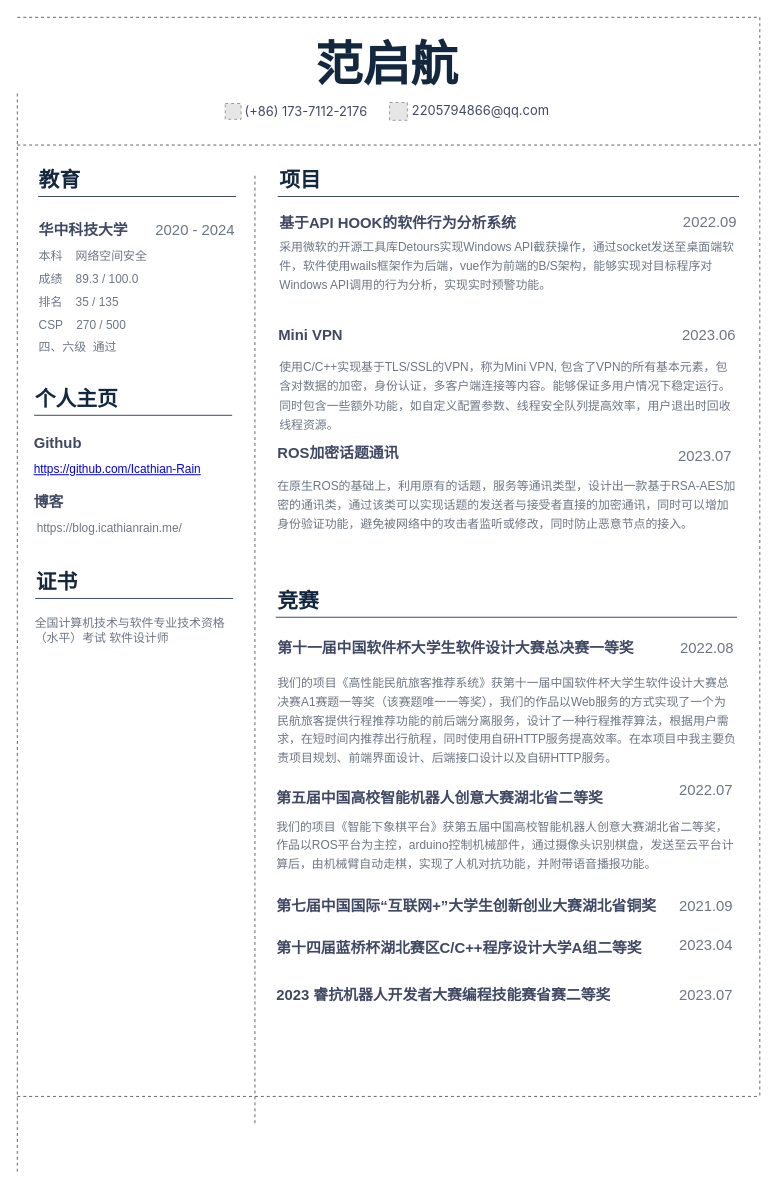
This is source/Middle.drawio from Icathian-Rain/CV, a draw.io file, before an edit. Source tidied: cells renumbered, new cells numbered last; positions are measured from the earlier drawing's top-left corner, leaving out a move shared by most shapes. Both pictures are drawn from the tidied source at 99%, with x=0, y=0 at pixel (17, 17). Pictures stored in the file or linked from it are replaced by grey dashed boxes.
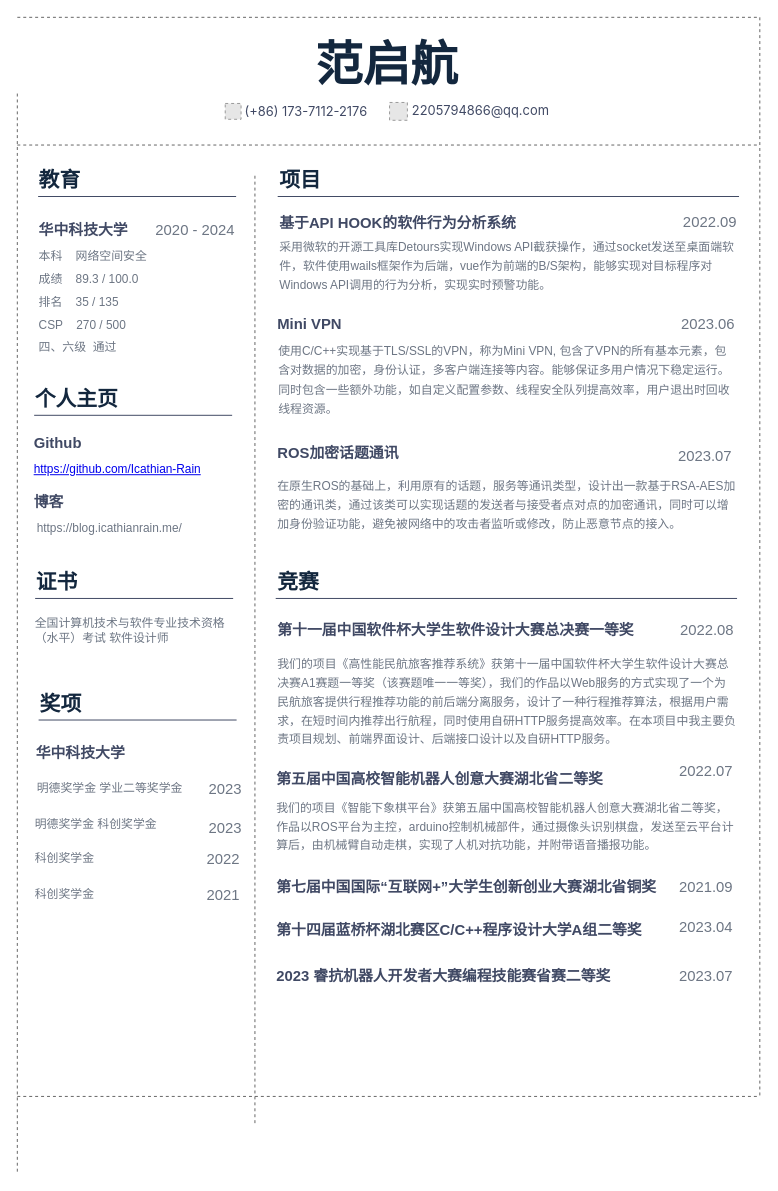
The same diagram, later.

The edit, as a diff of the source:
```diff
@@
     <mxCell id="28" value="竞赛" style="text;html=1;strokeColor=none;fillColor=none;align=left;verticalAlign=middle;whiteSpace=wrap;rounded=0;fontFamily=Source Han Sans;fontSize=21;fontColor=#13273E;fontStyle=1;" parent="1" vertex="1">
-      <mxGeometry x="261" y="574" width="50" height="30" as="geometry" />
+      <mxGeometry x="261" y="555" width="50" height="30" as="geometry" />
     </mxCell>
     <mxCell id="29" style="endArrow=none;html=1;rounded=0;fontFamily=宋体-简;fontSize=16;fontColor=#2B4259;strokeColor=#404964;" parent="1" edge="1">
       <mxGeometry relative="1" as="geometry">
-        <mxPoint x="261" y="606" as="sourcePoint" />
-        <mxPoint x="727" y="606" as="targetPoint" />
+        <mxPoint x="261" y="587" as="sourcePoint" />
+        <mxPoint x="727" y="587" as="targetPoint" />
       </mxGeometry>
     </mxCell>
@@
     <mxCell id="32" value="第十一届中国软件杯大学生软件设计大赛总决赛一等奖" style="text;html=1;strokeColor=none;fillColor=none;align=left;verticalAlign=middle;whiteSpace=wrap;rounded=0;fontSize=15;fontFamily=Source Han Sans;fontStyle=1;fontColor=#404964;" parent="1" vertex="1">
-      <mxGeometry x="261" y="627" width="416" height="20" as="geometry" />
+      <mxGeometry x="261" y="608" width="416" height="20" as="geometry" />
     </mxCell>
     <mxCell id="33" value="2022.08" style="text;html=1;strokeColor=none;fillColor=none;align=right;verticalAlign=middle;whiteSpace=wrap;rounded=0;fontFamily=Source Han Sans;fontSize=15;fontColor=#6D7684;fontStyle=0;" parent="1" vertex="1">
-      <mxGeometry x="600" y="630" width="126" height="14" as="geometry" />
+      <mxGeometry x="600" y="611" width="126" height="14" as="geometry" />
     </mxCell>
     <mxCell id="34" value="&lt;p style=&quot;line-height: 1.6;&quot;&gt;我们的项目《高性能民航旅客推荐系统》获第十一届中国软件杯大学生软件设计大赛总决赛A1赛题一等奖（该赛题唯一一等奖），我们的作品以Web服务的方式实现了一个为民航旅客提供行程推荐功能的前后端分离服务，设计了一种行程推荐算法，根据用户需求，在短时间内推荐出行航程，同时使用自研HTTP服务提高效率。在本项目中我主要负责项目规划、前端界面设计、后端接口设计以及自研HTTP服务。&lt;/p&gt;" style="text;html=1;strokeColor=none;fillColor=none;align=left;verticalAlign=middle;whiteSpace=wrap;rounded=0;fontFamily=Source Han Sans;fontSize=12;fontColor=#6D7684;fontStyle=0;" parent="1" vertex="1">
-      <mxGeometry x="261" y="654.8" width="466" height="112" as="geometry" />
+      <mxGeometry x="261" y="635.8" width="466" height="112" as="geometry" />
     </mxCell>
@@
     <mxCell id="38" value="Mini VPN" style="text;html=1;strokeColor=none;fillColor=none;align=left;verticalAlign=middle;whiteSpace=wrap;rounded=0;fontSize=15;fontFamily=Source Han Sans;fontStyle=1;fontColor=#404964;" parent="1" vertex="1">
-      <mxGeometry x="262" y="310" width="416" height="20" as="geometry" />
+      <mxGeometry x="260.5" y="299" width="416" height="20" as="geometry" />
     </mxCell>
     <mxCell id="39" value="2023.06" style="text;html=1;strokeColor=none;fillColor=none;align=right;verticalAlign=middle;whiteSpace=wrap;rounded=0;fontFamily=Source Han Sans;fontSize=15;fontColor=#6D7684;fontStyle=0;" parent="1" vertex="1">
-      <mxGeometry x="681" y="313" width="47" height="14" as="geometry" />
+      <mxGeometry x="679.5" y="302" width="47" height="14" as="geometry" />
     </mxCell>
     <mxCell id="40" value="&lt;p style=&quot;line-height: 1.6;&quot;&gt;使用C/C++实现基于TLS/SSL的VPN，称为Mini VPN, 包含了VPN的所有基本元素，包含对数据的加密，身份认证，多客户端连接等内容。能够保证多用户情况下稳定运行。同时包含一些额外功能，如自定义配置参数、线程安全队列提高效率，用户退出时回收线程资源。&lt;/p&gt;" style="text;html=1;strokeColor=none;fillColor=none;align=left;verticalAlign=middle;whiteSpace=wrap;rounded=0;fontFamily=Source Han Sans;fontSize=12;fontColor=#6D7684;fontStyle=0;" parent="1" vertex="1">
-      <mxGeometry x="263" y="345" width="466" height="75" as="geometry" />
+      <mxGeometry x="261.5" y="329" width="466" height="75" as="geometry" />
     </mxCell>
@@
-    <mxCell id="43" value="&lt;p style=&quot;line-height: 1.6;&quot;&gt;在原生ROS的基础上，利用原有的话题，服务等通讯类型，设计出一款基于RSA-AES加密的通讯类，通过该类可以实现话题的发送者与接受者直接的加密通讯，同时可以增加身份验证功能，避免被网络中的攻击者监听或修改，同时防止恶意节点的接入。&lt;/p&gt;" style="text;html=1;strokeColor=none;fillColor=none;align=left;verticalAlign=middle;whiteSpace=wrap;rounded=0;fontFamily=Source Han Sans;fontSize=12;fontColor=#6D7684;fontStyle=0;" parent="1" vertex="1">
+    <mxCell id="43" value="&lt;p style=&quot;line-height: 1.6;&quot;&gt;在原生ROS的基础上，利用原有的话题，服务等通讯类型，设计出一款基于RSA-AES加密的通讯类，通过该类可以实现话题的发送者与接受者点对点的加密通讯，同时可以增加身份验证功能，避免被网络中的攻击者监听或修改，防止恶意节点的接入。&lt;/p&gt;" style="text;html=1;strokeColor=none;fillColor=none;align=left;verticalAlign=middle;whiteSpace=wrap;rounded=0;fontFamily=Source Han Sans;fontSize=12;fontColor=#6D7684;fontStyle=0;" parent="1" vertex="1">
       <mxGeometry x="261" y="465" width="466" height="55" as="geometry" />
     </mxCell>
     <mxCell id="44" value="第五届中国高校智能机器人创意大赛湖北省二等奖" style="text;html=1;strokeColor=none;fillColor=none;align=left;verticalAlign=middle;whiteSpace=wrap;rounded=0;fontSize=15;fontFamily=Source Han Sans;fontStyle=1;fontColor=#404964;" parent="1" vertex="1">
-      <mxGeometry x="260" y="777.8" width="416" height="20" as="geometry" />
+      <mxGeometry x="260" y="758.8" width="416" height="20" as="geometry" />
     </mxCell>
     <mxCell id="45" value="2022.07" style="text;html=1;strokeColor=none;fillColor=none;align=right;verticalAlign=middle;whiteSpace=wrap;rounded=0;fontFamily=Source Han Sans;fontSize=15;fontColor=#6D7684;fontStyle=0;" parent="1" vertex="1">
-      <mxGeometry x="599" y="772.8" width="126" height="14" as="geometry" />
+      <mxGeometry x="599" y="753.8" width="126" height="14" as="geometry" />
     </mxCell>
     <mxCell id="46" value="&lt;p style=&quot;line-height: 1.6;&quot;&gt;我们的项目《智能下象棋平台》获第五届中国高校智能机器人创意大赛湖北省二等奖，作品以ROS平台为主控，arduino控制机械部件，通过摄像头识别棋盘，发送至云平台计算后，由机械臂自动走棋，实现了人机对抗功能，并附带语音播报功能。&lt;/p&gt;" style="text;html=1;strokeColor=none;fillColor=none;align=left;verticalAlign=middle;whiteSpace=wrap;rounded=0;fontFamily=Source Han Sans;fontSize=12;fontColor=#6D7684;fontStyle=0;" parent="1" vertex="1">
-      <mxGeometry x="260" y="797.8" width="466" height="79.2" as="geometry" />
+      <mxGeometry x="260" y="778.8" width="466" height="79.2" as="geometry" />
     </mxCell>
     <mxCell id="47" value="第七届中国国际“互联网+”大学生创新创业大赛湖北省铜奖" style="text;html=1;strokeColor=none;fillColor=none;align=left;verticalAlign=middle;whiteSpace=wrap;rounded=0;fontSize=15;fontFamily=Source Han Sans;fontStyle=1;fontColor=#404964;" parent="1" vertex="1">
-      <mxGeometry x="260" y="887" width="416" height="20" as="geometry" />
+      <mxGeometry x="260" y="868" width="416" height="20" as="geometry" />
     </mxCell>
     <mxCell id="48" value="2021.09" style="text;html=1;strokeColor=none;fillColor=none;align=right;verticalAlign=middle;whiteSpace=wrap;rounded=0;fontFamily=Source Han Sans;fontSize=15;fontColor=#6D7684;fontStyle=0;" parent="1" vertex="1">
-      <mxGeometry x="598" y="890" width="127" height="14" as="geometry" />
+      <mxGeometry x="598" y="871" width="127" height="14" as="geometry" />
     </mxCell>
     <mxCell id="49" value="第十四届蓝桥杯湖北赛区C/C++程序设计大学A组二等奖" style="text;html=1;strokeColor=none;fillColor=none;align=left;verticalAlign=middle;whiteSpace=wrap;rounded=0;fontSize=15;fontFamily=Source Han Sans;fontStyle=1;fontColor=#404964;" parent="1" vertex="1">
-      <mxGeometry x="260" y="930" width="416" height="20" as="geometry" />
+      <mxGeometry x="260" y="911" width="416" height="20" as="geometry" />
     </mxCell>
     <mxCell id="50" value="2023.04" style="text;html=1;strokeColor=none;fillColor=none;align=right;verticalAlign=middle;whiteSpace=wrap;rounded=0;fontFamily=Source Han Sans;fontSize=15;fontColor=#6D7684;fontStyle=0;" parent="1" vertex="1">
-      <mxGeometry x="598" y="930" width="127" height="14" as="geometry" />
+      <mxGeometry x="598" y="911" width="127" height="14" as="geometry" />
     </mxCell>
     <mxCell id="51" value="2023 睿抗机器人开发者大赛编程技能赛省赛二等奖" style="text;html=1;strokeColor=none;fillColor=none;align=left;verticalAlign=middle;whiteSpace=wrap;rounded=0;fontSize=15;fontFamily=Source Han Sans;fontStyle=1;fontColor=#404964;" parent="1" vertex="1">
-      <mxGeometry x="260" y="977" width="416" height="20" as="geometry" />
+      <mxGeometry x="260" y="958" width="416" height="20" as="geometry" />
     </mxCell>
     <mxCell id="52" value="2023.07" style="text;html=1;strokeColor=none;fillColor=none;align=right;verticalAlign=middle;whiteSpace=wrap;rounded=0;fontFamily=Source Han Sans;fontSize=15;fontColor=#6D7684;fontStyle=0;" parent="1" vertex="1">
-      <mxGeometry x="598" y="980" width="127" height="14" as="geometry" />
+      <mxGeometry x="598" y="961" width="127" height="14" as="geometry" />
     </mxCell>
@@
+    <mxCell id="56" value="奖项" style="text;html=1;strokeColor=none;fillColor=none;align=left;verticalAlign=middle;whiteSpace=wrap;rounded=0;fontFamily=Source Han Sans;fontSize=21;fontColor=#13273E;fontStyle=1;" parent="1" vertex="1">
+      <mxGeometry x="20.5" y="677.8" width="50" height="30" as="geometry" />
+    </mxCell>
+    <mxCell id="57" style="endArrow=none;html=1;rounded=0;fontFamily=宋体-简;fontSize=16;fontColor=#2B4259;strokeColor=#404964;" parent="1" edge="1">
+      <mxGeometry relative="1" as="geometry">
+        <mxPoint x="21.5" y="709.8" as="sourcePoint" />
+        <mxPoint x="221.5" y="709.8" as="targetPoint" />
+      </mxGeometry>
+    </mxCell>
+    <mxCell id="58" value="&lt;span style=&quot;font-size: 15px;&quot;&gt;华中科技大学&lt;/span&gt;" style="text;html=1;strokeColor=none;fillColor=none;align=left;verticalAlign=middle;whiteSpace=wrap;rounded=0;fontFamily=Source Han Sans;fontSize=15;fontColor=#404964;fontStyle=1;" parent="1" vertex="1">
+      <mxGeometry x="17" y="727.8" width="120" height="30" as="geometry" />
+    </mxCell>
+    <mxCell id="59" value="明德奖学金 学业二等奖学金" style="text;html=1;strokeColor=none;fillColor=none;align=left;verticalAlign=middle;whiteSpace=wrap;rounded=0;fontFamily=Source Han Sans;fontSize=12;fontColor=#6D7684;fontStyle=0;" parent="1" vertex="1">
+      <mxGeometry x="18" y="767.8" width="199" height="23" as="geometry" />
+    </mxCell>
+    <mxCell id="60" value="2023" style="text;html=1;strokeColor=none;fillColor=none;align=right;verticalAlign=middle;whiteSpace=wrap;rounded=0;fontFamily=Source Han Sans;fontSize=15;fontColor=#6D7684;fontStyle=0;" parent="1" vertex="1">
+      <mxGeometry x="182" y="772.3" width="47" height="14" as="geometry" />
+    </mxCell>
+    <mxCell id="61" value="明德奖学金 科创奖学金" style="text;html=1;strokeColor=none;fillColor=none;align=left;verticalAlign=middle;whiteSpace=wrap;rounded=0;fontFamily=Source Han Sans;fontSize=12;fontColor=#6D7684;fontStyle=0;" parent="1" vertex="1">
+      <mxGeometry x="16" y="803.3" width="199" height="23" as="geometry" />
+    </mxCell>
+    <mxCell id="62" value="2023" style="text;html=1;strokeColor=none;fillColor=none;align=right;verticalAlign=middle;whiteSpace=wrap;rounded=0;fontFamily=Source Han Sans;fontSize=15;fontColor=#6D7684;fontStyle=0;" parent="1" vertex="1">
+      <mxGeometry x="182" y="810.8" width="47" height="14" as="geometry" />
+    </mxCell>
+    <mxCell id="63" value="科创奖学金" style="text;html=1;strokeColor=none;fillColor=none;align=left;verticalAlign=middle;whiteSpace=wrap;rounded=0;fontFamily=Source Han Sans;fontSize=12;fontColor=#6D7684;fontStyle=0;" parent="1" vertex="1">
+      <mxGeometry x="16" y="838.8" width="199" height="23" as="geometry" />
+    </mxCell>
+    <mxCell id="64" value="2022" style="text;html=1;strokeColor=none;fillColor=none;align=right;verticalAlign=middle;whiteSpace=wrap;rounded=0;fontFamily=Source Han Sans;fontSize=15;fontColor=#6D7684;fontStyle=0;" parent="1" vertex="1">
+      <mxGeometry x="180" y="843.3" width="47" height="14" as="geometry" />
+    </mxCell>
+    <mxCell id="65" value="科创奖学金" style="text;html=1;strokeColor=none;fillColor=none;align=left;verticalAlign=middle;whiteSpace=wrap;rounded=0;fontFamily=Source Han Sans;fontSize=12;fontColor=#6D7684;fontStyle=0;" parent="1" vertex="1">
+      <mxGeometry x="16" y="874.8" width="199" height="23" as="geometry" />
+    </mxCell>
+    <mxCell id="66" value="2021" style="text;html=1;strokeColor=none;fillColor=none;align=right;verticalAlign=middle;whiteSpace=wrap;rounded=0;fontFamily=Source Han Sans;fontSize=15;fontColor=#6D7684;fontStyle=0;" parent="1" vertex="1">
+      <mxGeometry x="180" y="879.3" width="47" height="14" as="geometry" />
+    </mxCell>
```
